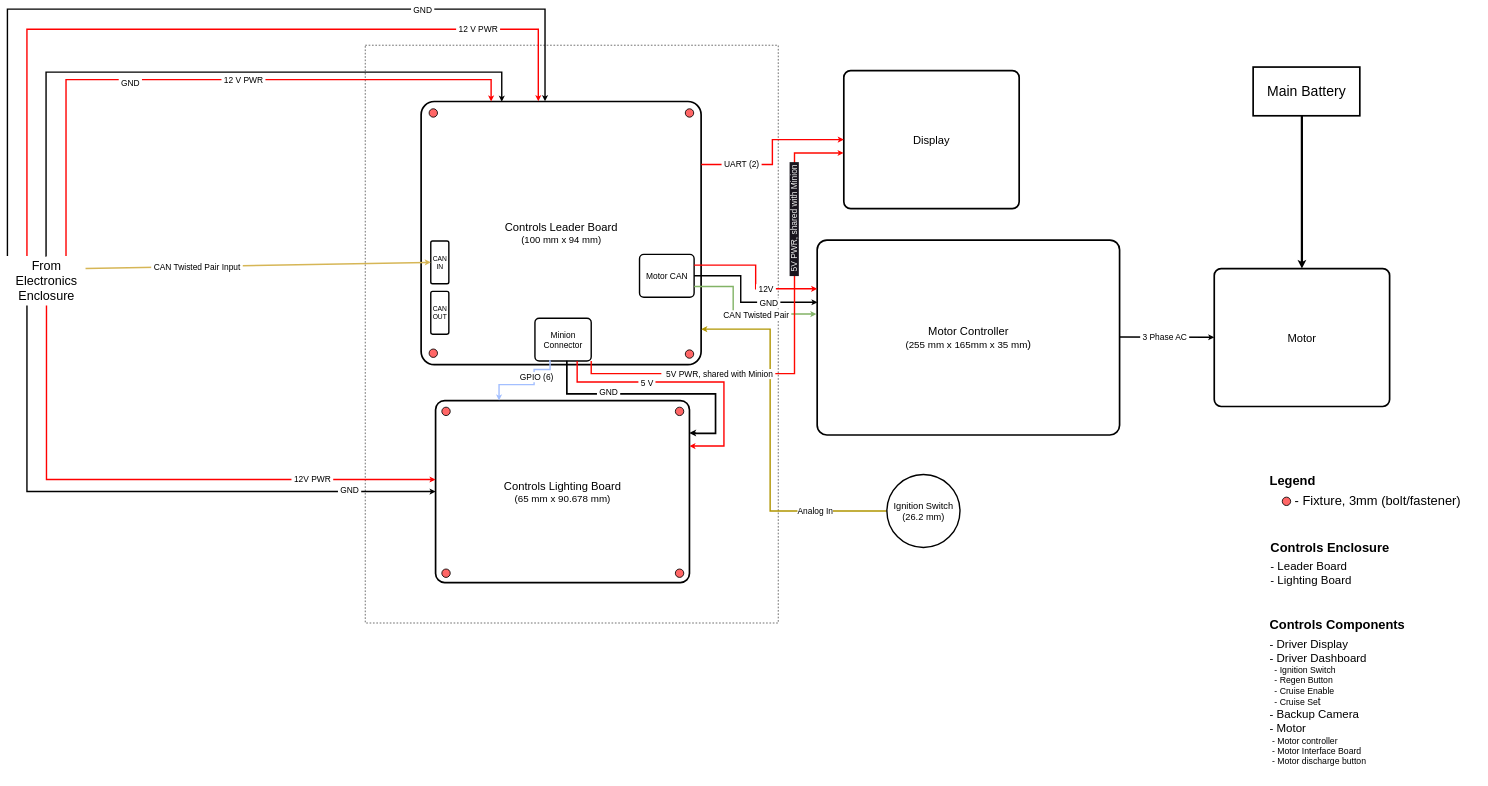
This is page "Controls_Master" (2 of 7) of Master Wire Diagram_V3.drawio from lhr-solar/WireWorld, a draw.io file, before an edit. Source tidied: cells renumbered, new cells numbered last; positions are measured from the earlier drawing's top-left corner, leaving out a move shared by most shapes. Both pictures are drawn from the tidied source at 28%, with x=0, y=0 at pixel (7, 9).
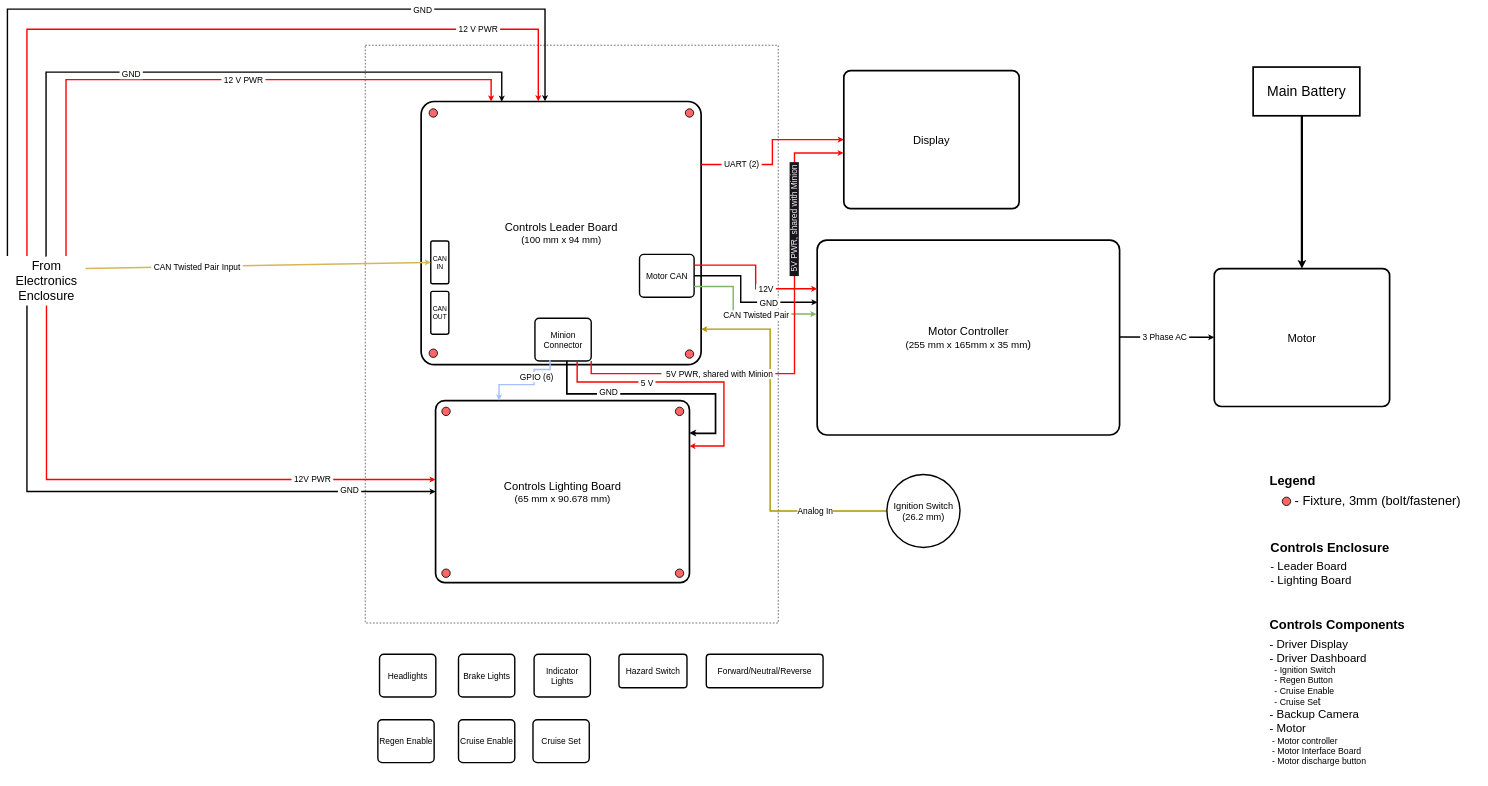
The same diagram, later.

Unchanged cells that the change refers to:
```xml
<mxCell id="42" style="edgeStyle=orthogonalEdgeStyle;rounded=0;jettySize=auto;html=1;exitX=0.5;exitY=0;exitDx=0;exitDy=0;entryX=0.288;entryY=0.001;entryDx=0;entryDy=0;entryPerimeter=0;strokeWidth=5;" parent="1" edge="1" source="66" target="10">
  <mxGeometry relative="1" as="geometry">
    <Array as="points">
      <mxPoint x="138" y="882" />
      <mxPoint x="138" y="225" />
      <mxPoint x="1766" y="225" />
    </Array>
  </mxGeometry>
</mxCell>
```

The edit, as a diff of the source:
```diff
@@
     <mxCell id="43" value="&amp;nbsp;GND&amp;nbsp;" style="edgeLabel;html=1;align=center;verticalAlign=middle;fontSize=30;" parent="42" vertex="1">
       <mxGeometry x="-0.48" y="1" relative="1" as="geometry">
-        <mxPoint x="301" y="1" as="offset" />
+        <mxPoint x="304" y="-30" as="offset" />
       </mxGeometry>
     </mxCell>
@@
+    <mxCell id="67" value="&lt;font style=&quot;font-size: 30px;&quot;&gt;Headlights&lt;/font&gt;" style="rounded=1;whiteSpace=wrap;html=1;arcSize=10;strokeWidth=5;" parent="1" vertex="1">
+      <mxGeometry x="1329" y="2304" width="201" height="153" as="geometry" />
+    </mxCell>
+    <mxCell id="68" value="&lt;font style=&quot;font-size: 30px;&quot;&gt;Brake Lights&lt;/font&gt;" style="rounded=1;whiteSpace=wrap;html=1;arcSize=10;strokeWidth=5;" parent="1" vertex="1">
+      <mxGeometry x="1611" y="2304" width="201" height="153" as="geometry" />
+    </mxCell>
+    <mxCell id="69" value="&lt;font style=&quot;font-size: 30px;&quot;&gt;Indicator Lights&lt;/font&gt;" style="rounded=1;whiteSpace=wrap;html=1;arcSize=10;strokeWidth=5;" parent="1" vertex="1">
+      <mxGeometry x="1881" y="2304" width="201" height="153" as="geometry" />
+    </mxCell>
+    <mxCell id="70" value="&lt;font style=&quot;font-size: 30px;&quot;&gt;Hazard Switch&lt;/font&gt;" style="rounded=1;whiteSpace=wrap;html=1;arcSize=10;strokeWidth=5;" parent="1" vertex="1">
+      <mxGeometry x="2184" y="2304" width="243" height="120" as="geometry" />
+    </mxCell>
+    <mxCell id="71" value="&lt;font style=&quot;font-size: 30px;&quot;&gt;Forward/Neutral/Reverse&lt;/font&gt;" style="rounded=1;whiteSpace=wrap;html=1;arcSize=10;strokeWidth=5;" parent="1" vertex="1">
+      <mxGeometry x="2496" y="2304" width="417" height="120" as="geometry" />
+    </mxCell>
+    <mxCell id="72" value="&lt;font style=&quot;font-size: 30px;&quot;&gt;Regen Enable&lt;/font&gt;" style="rounded=1;whiteSpace=wrap;html=1;arcSize=10;strokeWidth=5;" parent="1" vertex="1">
+      <mxGeometry x="1323" y="2538" width="201" height="153" as="geometry" />
+    </mxCell>
+    <mxCell id="73" value="&lt;span style=&quot;font-size: 30px;&quot;&gt;Cruise Enable&lt;/span&gt;" style="rounded=1;whiteSpace=wrap;html=1;arcSize=10;strokeWidth=5;" parent="1" vertex="1">
+      <mxGeometry x="1611" y="2538" width="201" height="153" as="geometry" />
+    </mxCell>
+    <mxCell id="74" value="&lt;span style=&quot;font-size: 30px;&quot;&gt;Cruise Set&lt;/span&gt;" style="rounded=1;whiteSpace=wrap;html=1;arcSize=10;strokeWidth=5;" parent="1" vertex="1">
+      <mxGeometry x="1877" y="2538" width="201" height="153" as="geometry" />
+    </mxCell>
```
